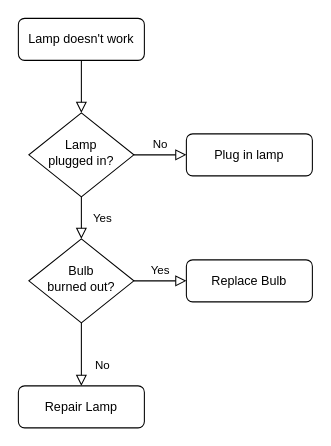
The draw.io diagram Untitled Diagram.drawio in yjavierdiazb/javaProjects, before the edit. Source tidied: cells renumbered, new cells numbered last; positions are measured from the earlier drawing's top-left corner, leaving out a move shared by most shapes. Both pictures are drawn from the tidied source at 105%, with x=0, y=0 at pixel (18, 18).
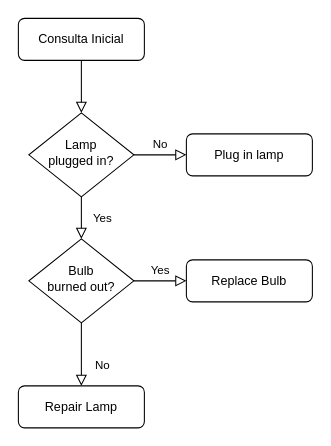
The same page after the edit.

Commit message (it also covers changes not shown here):
Integracion API WPOS

What changed in the source:
```diff
@@
 <mxGraphModel>
   <root>
     <mxCell id="0" />
     <mxCell id="1" parent="0" />
     <mxCell id="2" style="rounded=0;html=1;jettySize=auto;fontSize=11;endArrow=block;endFill=0;endSize=8;strokeWidth=1;shadow=0;labelBackgroundColor=none;edgeStyle=orthogonalEdgeStyle;" parent="1" edge="1" source="3" target="6">
       <mxGeometry relative="1" as="geometry" />
     </mxCell>
-    <mxCell id="3" value="Lamp doesn't work" style="rounded=1;whiteSpace=wrap;html=1;fontSize=12;glass=0;strokeWidth=1;shadow=0;" parent="1" vertex="1">
+    <mxCell id="3" value="Consulta Inicial" style="rounded=1;whiteSpace=wrap;html=1;fontSize=12;glass=0;strokeWidth=1;shadow=0;" parent="1" vertex="1">
       <mxGeometry width="120" height="40" as="geometry" />
     </mxCell>
     <mxCell id="4" value="Yes" style="rounded=0;html=1;jettySize=auto;fontSize=11;endArrow=block;endFill=0;endSize=8;strokeWidth=1;shadow=0;labelBackgroundColor=none;edgeStyle=orthogonalEdgeStyle;" parent="1" edge="1" source="6" target="10">
       <mxGeometry y="20" relative="1" as="geometry" />
     </mxCell>
     <mxCell id="5" value="No" style="edgeStyle=orthogonalEdgeStyle;rounded=0;html=1;jettySize=auto;fontSize=11;endArrow=block;endFill=0;endSize=8;strokeWidth=1;shadow=0;labelBackgroundColor=none;" parent="1" edge="1" source="6" target="7">
       <mxGeometry y="10" relative="1" as="geometry" />
     </mxCell>
     <mxCell id="6" value="Lamp&lt;br&gt;plugged in?" style="rhombus;whiteSpace=wrap;html=1;shadow=0;fontFamily=Helvetica;fontSize=12;align=center;strokeWidth=1;spacing=6;spacingTop=-4;" parent="1" vertex="1">
       <mxGeometry x="10" y="90" width="100" height="80" as="geometry" />
     </mxCell>
     <mxCell id="7" value="Plug in lamp" style="rounded=1;whiteSpace=wrap;html=1;fontSize=12;glass=0;strokeWidth=1;shadow=0;" parent="1" vertex="1">
       <mxGeometry x="160" y="110" width="120" height="40" as="geometry" />
     </mxCell>
     <mxCell id="8" value="No" style="rounded=0;html=1;jettySize=auto;fontSize=11;endArrow=block;endFill=0;endSize=8;strokeWidth=1;shadow=0;labelBackgroundColor=none;edgeStyle=orthogonalEdgeStyle;" parent="1" edge="1" source="10" target="11">
       <mxGeometry x="0.33" y="20" relative="1" as="geometry" />
     </mxCell>
     <mxCell id="9" value="Yes" style="edgeStyle=orthogonalEdgeStyle;rounded=0;html=1;jettySize=auto;fontSize=11;endArrow=block;endFill=0;endSize=8;strokeWidth=1;shadow=0;labelBackgroundColor=none;" parent="1" edge="1" source="10" target="12">
       <mxGeometry y="10" relative="1" as="geometry" />
     </mxCell>
     <mxCell id="10" value="Bulb&lt;br&gt;burned out?" style="rhombus;whiteSpace=wrap;html=1;shadow=0;fontFamily=Helvetica;fontSize=12;align=center;strokeWidth=1;spacing=6;spacingTop=-4;" parent="1" vertex="1">
       <mxGeometry x="10" y="210" width="100" height="80" as="geometry" />
     </mxCell>
     <mxCell id="11" value="Repair Lamp" style="rounded=1;whiteSpace=wrap;html=1;fontSize=12;glass=0;strokeWidth=1;shadow=0;" parent="1" vertex="1">
       <mxGeometry y="350" width="120" height="40" as="geometry" />
     </mxCell>
     <mxCell id="12" value="Replace Bulb" style="rounded=1;whiteSpace=wrap;html=1;fontSize=12;glass=0;strokeWidth=1;shadow=0;" parent="1" vertex="1">
       <mxGeometry x="160" y="230" width="120" height="40" as="geometry" />
     </mxCell>
   </root>
 </mxGraphModel>
```
